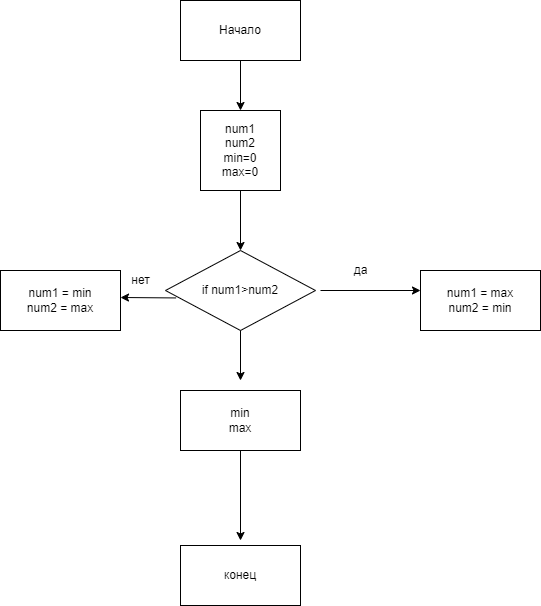
OksVella/Seminar1_tasks keeps this draw.io diagram as task1/diagrak.drawio.png. Above is the earlier version. Source tidied: cells renumbered, new cells last; positions are measured from the earlier drawing's top-left corner, leaving out a move shared by most shapes.
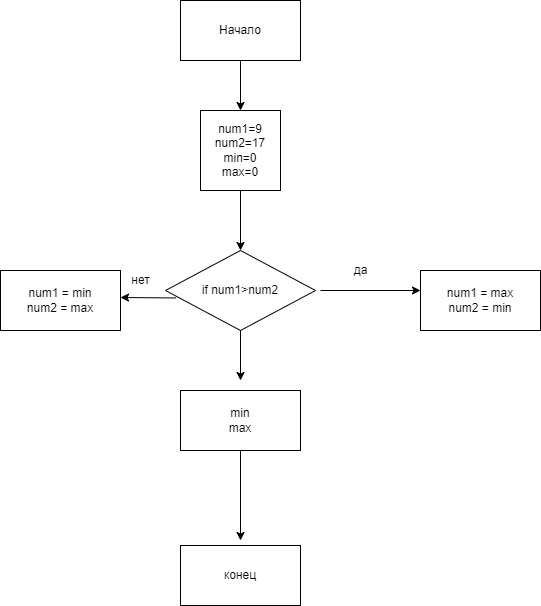
After the change.

Change to the diagram source:
```diff
@@ -5,7 +5,7 @@
     <mxCell id="2" value="Начало" style="rounded=0;whiteSpace=wrap;html=1;" parent="1" vertex="1">
       <mxGeometry x="180" width="120" height="60" as="geometry" />
     </mxCell>
-    <mxCell id="3" value="num1&lt;br&gt;num2&lt;br&gt;min=0&lt;br&gt;max=0" style="whiteSpace=wrap;html=1;" parent="1" vertex="1">
+    <mxCell id="3" value="num1=9&lt;br&gt;num2=17&lt;br&gt;min=0&lt;br&gt;max=0" style="whiteSpace=wrap;html=1;" parent="1" vertex="1">
       <mxGeometry x="200" y="110" width="80" height="80" as="geometry" />
     </mxCell>
     <mxCell id="4" style="endArrow=classic;html=1;exitX=0.5;exitY=1;exitDx=0;exitDy=0;entryX=0.5;entryY=0;entryDx=0;entryDy=0;" parent="1" edge="1" source="2" target="3">
```
